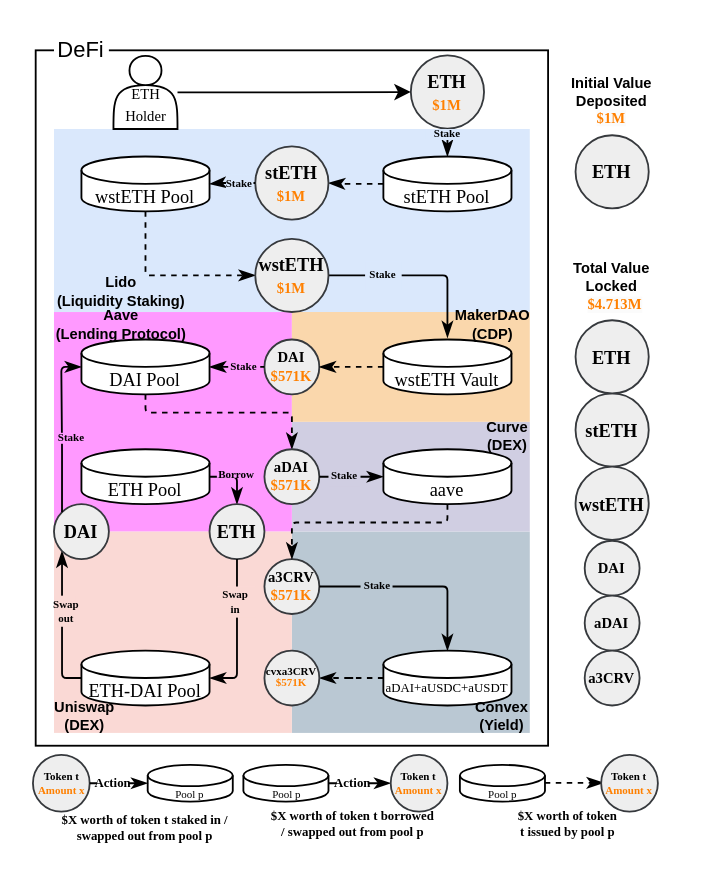
This is diagrams/complexity.drawio from lyc0603/tvl-measurement, a draw.io file, before an edit. Source tidied: cells renumbered, new cells numbered last; positions are measured from the earlier drawing's top-left corner, leaving out a move shared by most shapes. Both pictures are drawn from the tidied source at 183%, with x=0, y=0 at pixel (31, 31).
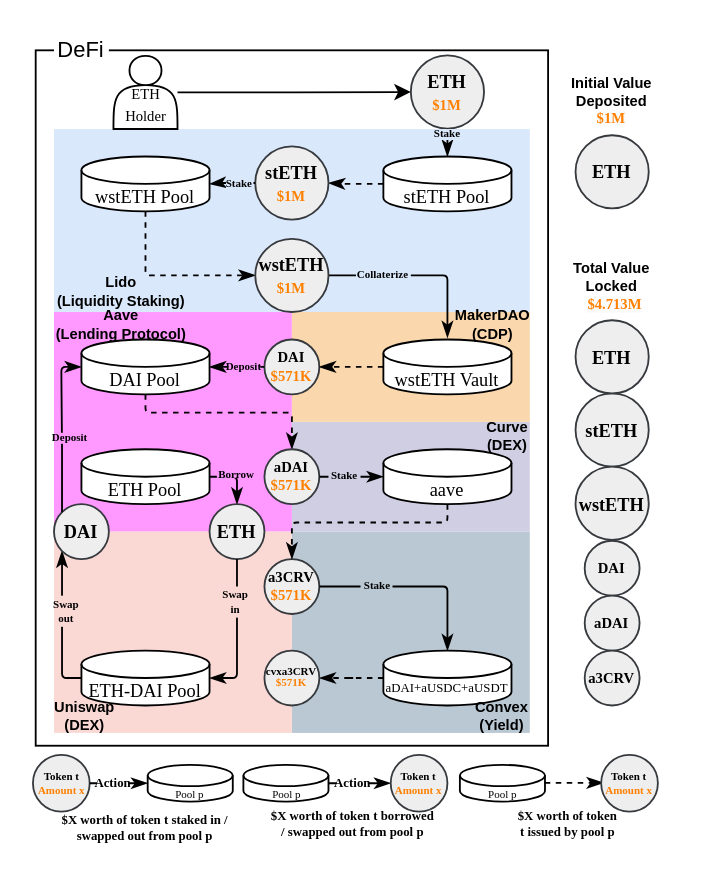
Above is the later version.

Diff of the diagram source:
```diff
@@
-    <mxCell id="54" value="Stake" style="text;html=1;strokeColor=none;fillColor=#dae8fc;align=center;verticalAlign=middle;whiteSpace=wrap;rounded=0;fontFamily=Times New Roman;fontSize=6;fontStyle=1;" parent="1" vertex="1">
-      <mxGeometry x="182" y="125.6" width="20" height="15.4" as="geometry" />
+    <mxCell id="54" value="Collaterize" style="text;html=1;strokeColor=none;fillColor=#dae8fc;align=center;verticalAlign=middle;whiteSpace=wrap;rounded=0;fontFamily=Times New Roman;fontSize=6;fontStyle=1;" parent="1" vertex="1">
+      <mxGeometry x="177" y="125.6" width="30" height="15.4" as="geometry" />
     </mxCell>
-    <mxCell id="55" value="Stake" style="text;html=1;strokeColor=none;fillColor=#ff99ff;align=center;verticalAlign=middle;whiteSpace=wrap;rounded=0;fontFamily=Times New Roman;fontSize=6;fontStyle=1;fontColor=#000000;" parent="1" vertex="1">
+    <mxCell id="55" value="Deposit" style="text;html=1;strokeColor=none;fillColor=#ff99ff;align=center;verticalAlign=middle;whiteSpace=wrap;rounded=0;fontFamily=Times New Roman;fontSize=6;fontStyle=1;fontColor=#000000;" parent="1" vertex="1">
       <mxGeometry x="107.2" y="177" width="17.5" height="12" as="geometry" />
     </mxCell>
@@
-    <mxCell id="75" value="&amp;nbsp;Stake" style="text;html=1;strokeColor=none;fillColor=#ff99ff;align=center;verticalAlign=middle;whiteSpace=wrap;rounded=0;fontFamily=Times New Roman;fontSize=6;fontStyle=1;" parent="1" vertex="1">
+    <mxCell id="75" value="Deposit" style="text;html=1;strokeColor=none;fillColor=#ff99ff;align=center;verticalAlign=middle;whiteSpace=wrap;rounded=0;fontFamily=Times New Roman;fontSize=6;fontStyle=1;" parent="1" vertex="1">
       <mxGeometry x="12.5" y="219" width="16" height="6" as="geometry" />
     </mxCell>
```
